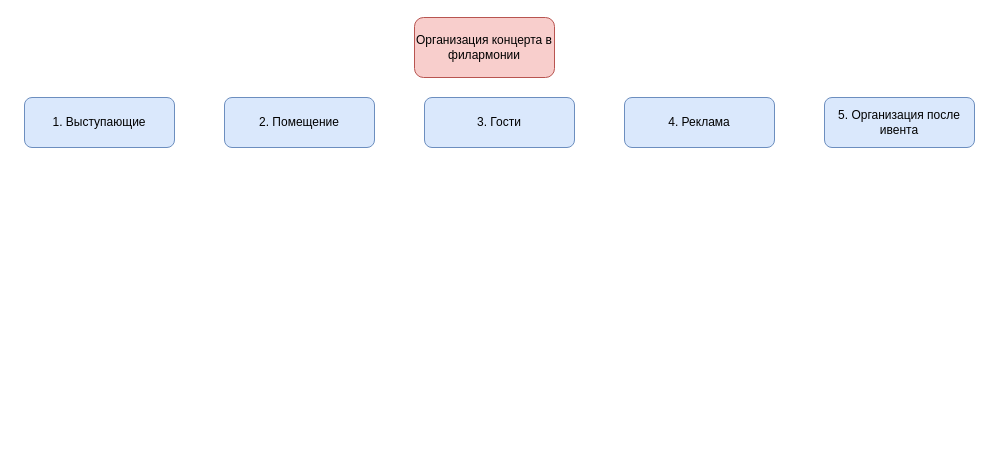
This is wbs-ba.drawio from rmastodon0603/itstep_course_uml, a draw.io file, before an edit. Source tidied: cells renumbered, new cells numbered last; positions are measured from the earlier drawing's top-left corner, leaving out a move shared by most shapes. Both pictures are drawn from the tidied source at 100%, with x=0, y=0 at pixel (24, 17).
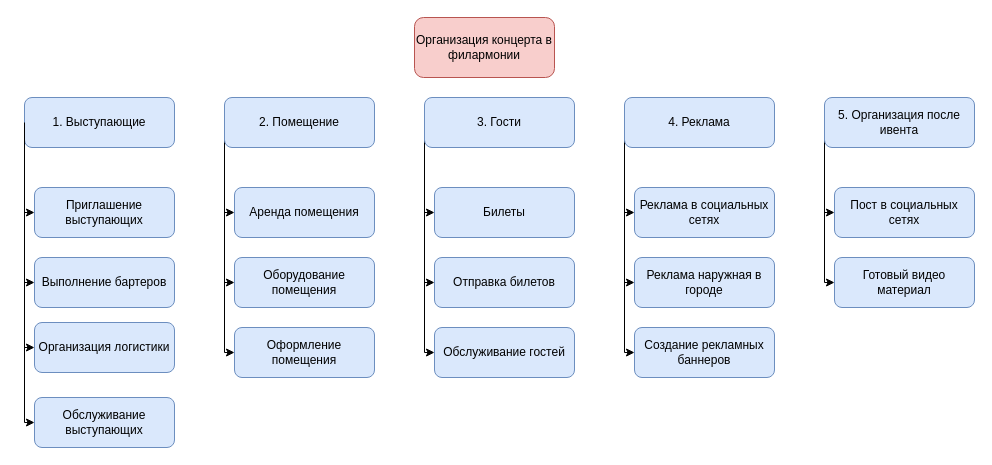
The same diagram, later.

Unchanged cells that the change refers to:
```xml
<mxCell id="3" value="1. Выступающие" style="rounded=1;whiteSpace=wrap;html=1;fillColor=#dae8fc;strokeColor=#6c8ebf;fontColor=default;" parent="1" vertex="1">
  <mxGeometry y="80" width="150" height="50" as="geometry" />
</mxCell>
<mxCell id="4" value="2. Помещение" style="rounded=1;whiteSpace=wrap;html=1;fillColor=#dae8fc;strokeColor=#6c8ebf;fontColor=default;" parent="1" vertex="1">
  <mxGeometry x="200" y="80" width="150" height="50" as="geometry" />
</mxCell>
<mxCell id="5" value="3. Гости" style="rounded=1;whiteSpace=wrap;html=1;fillColor=#dae8fc;strokeColor=#6c8ebf;fontColor=default;" parent="1" vertex="1">
  <mxGeometry x="400" y="80" width="150" height="50" as="geometry" />
</mxCell>
<mxCell id="6" value="4. Реклама" style="rounded=1;whiteSpace=wrap;html=1;fillColor=#dae8fc;strokeColor=#6c8ebf;fontColor=default;" parent="1" vertex="1">
  <mxGeometry x="600" y="80" width="150" height="50" as="geometry" />
</mxCell>
<mxCell id="7" value="5. Организация после ивента" style="rounded=1;whiteSpace=wrap;html=1;fillColor=#dae8fc;strokeColor=#6c8ebf;fontColor=default;" parent="1" vertex="1">
  <mxGeometry x="800" y="80" width="150" height="50" as="geometry" />
</mxCell>
```

Diff of the diagram source:
```diff
@@
+    <mxCell id="8" style="edgeStyle=orthogonalEdgeStyle;rounded=0;jettySize=auto;html=1;exitX=0;exitY=1;exitDx=0;exitDy=0;entryX=0;entryY=0.5;entryDx=0;entryDy=0;labelBackgroundColor=default;fontColor=default;strokeColor=default;" parent="1" edge="1" source="3" target="23">
+      <mxGeometry relative="1" as="geometry">
+        <Array as="points">
+          <mxPoint y="265" />
+        </Array>
+      </mxGeometry>
+    </mxCell>
+    <mxCell id="9" style="edgeStyle=orthogonalEdgeStyle;rounded=0;jettySize=auto;html=1;exitX=0;exitY=0.25;exitDx=0;exitDy=0;entryX=0;entryY=0.5;entryDx=0;entryDy=0;labelBackgroundColor=default;fontColor=default;strokeColor=default;" parent="1" edge="1" source="3" target="24">
+      <mxGeometry relative="1" as="geometry">
+        <Array as="points">
+          <mxPoint y="330" />
+        </Array>
+      </mxGeometry>
+    </mxCell>
+    <mxCell id="10" style="edgeStyle=orthogonalEdgeStyle;rounded=0;jettySize=auto;html=1;exitX=0;exitY=0.25;exitDx=0;exitDy=0;entryX=0;entryY=0.5;entryDx=0;entryDy=0;labelBackgroundColor=default;fontColor=default;strokeColor=default;" parent="1" edge="1" source="3" target="25">
+      <mxGeometry relative="1" as="geometry">
+        <Array as="points">
+          <mxPoint y="405" />
+        </Array>
+      </mxGeometry>
+    </mxCell>
@@
+    <mxCell id="11" style="edgeStyle=orthogonalEdgeStyle;rounded=0;jettySize=auto;html=1;exitX=0;exitY=0.5;exitDx=0;exitDy=0;entryX=0;entryY=0.5;entryDx=0;entryDy=0;labelBackgroundColor=default;fontColor=default;strokeColor=default;" parent="1" edge="1" source="4" target="27">
+      <mxGeometry relative="1" as="geometry">
+        <Array as="points">
+          <mxPoint x="200" y="195" />
+        </Array>
+      </mxGeometry>
+    </mxCell>
+    <mxCell id="12" style="edgeStyle=orthogonalEdgeStyle;rounded=0;jettySize=auto;html=1;exitX=0;exitY=0.75;exitDx=0;exitDy=0;entryX=0;entryY=0.5;entryDx=0;entryDy=0;labelBackgroundColor=default;fontColor=default;strokeColor=default;" parent="1" edge="1" source="4" target="28">
+      <mxGeometry relative="1" as="geometry">
+        <Array as="points">
+          <mxPoint x="200" y="265" />
+        </Array>
+      </mxGeometry>
+    </mxCell>
+    <mxCell id="13" style="edgeStyle=orthogonalEdgeStyle;rounded=0;jettySize=auto;html=1;exitX=0;exitY=1;exitDx=0;exitDy=0;entryX=0;entryY=0.5;entryDx=0;entryDy=0;labelBackgroundColor=default;fontColor=default;strokeColor=default;" parent="1" edge="1" source="4" target="29">
+      <mxGeometry relative="1" as="geometry">
+        <Array as="points">
+          <mxPoint x="200" y="335" />
+        </Array>
+      </mxGeometry>
+    </mxCell>
@@
+    <mxCell id="14" style="edgeStyle=orthogonalEdgeStyle;rounded=0;jettySize=auto;html=1;exitX=0;exitY=0.5;exitDx=0;exitDy=0;entryX=0;entryY=0.5;entryDx=0;entryDy=0;labelBackgroundColor=default;fontColor=default;strokeColor=default;" parent="1" edge="1" source="5" target="30">
+      <mxGeometry relative="1" as="geometry">
+        <Array as="points">
+          <mxPoint x="400" y="195" />
+        </Array>
+      </mxGeometry>
+    </mxCell>
+    <mxCell id="15" style="edgeStyle=orthogonalEdgeStyle;rounded=0;jettySize=auto;html=1;exitX=0;exitY=0.75;exitDx=0;exitDy=0;entryX=0;entryY=0.5;entryDx=0;entryDy=0;labelBackgroundColor=default;fontColor=default;strokeColor=default;" parent="1" edge="1" source="5" target="31">
+      <mxGeometry relative="1" as="geometry">
+        <Array as="points">
+          <mxPoint x="400" y="265" />
+        </Array>
+      </mxGeometry>
+    </mxCell>
+    <mxCell id="16" style="edgeStyle=orthogonalEdgeStyle;rounded=0;jettySize=auto;html=1;exitX=0;exitY=1;exitDx=0;exitDy=0;entryX=0;entryY=0.5;entryDx=0;entryDy=0;labelBackgroundColor=default;fontColor=default;strokeColor=default;" parent="1" edge="1" source="5" target="32">
+      <mxGeometry relative="1" as="geometry">
+        <Array as="points">
+          <mxPoint x="400" y="335" />
+        </Array>
+      </mxGeometry>
+    </mxCell>
@@
+    <mxCell id="17" style="edgeStyle=orthogonalEdgeStyle;rounded=0;jettySize=auto;html=1;exitX=0;exitY=0.5;exitDx=0;exitDy=0;entryX=0;entryY=0.5;entryDx=0;entryDy=0;labelBackgroundColor=default;fontColor=default;strokeColor=default;" parent="1" edge="1" source="6" target="33">
+      <mxGeometry relative="1" as="geometry">
+        <Array as="points">
+          <mxPoint x="600" y="195" />
+        </Array>
+      </mxGeometry>
+    </mxCell>
+    <mxCell id="18" style="edgeStyle=orthogonalEdgeStyle;rounded=0;jettySize=auto;html=1;exitX=0;exitY=0.5;exitDx=0;exitDy=0;entryX=0;entryY=0.5;entryDx=0;entryDy=0;labelBackgroundColor=default;fontColor=default;strokeColor=default;" parent="1" edge="1" source="6" target="34">
+      <mxGeometry relative="1" as="geometry">
+        <Array as="points">
+          <mxPoint x="600" y="265" />
+        </Array>
+      </mxGeometry>
+    </mxCell>
+    <mxCell id="19" style="edgeStyle=orthogonalEdgeStyle;rounded=0;jettySize=auto;html=1;exitX=0;exitY=1;exitDx=0;exitDy=0;entryX=0;entryY=0.5;entryDx=0;entryDy=0;labelBackgroundColor=default;fontColor=default;strokeColor=default;" parent="1" edge="1" source="6" target="35">
+      <mxGeometry relative="1" as="geometry">
+        <Array as="points">
+          <mxPoint x="600" y="335" />
+        </Array>
+      </mxGeometry>
+    </mxCell>
@@
+    <mxCell id="20" style="edgeStyle=orthogonalEdgeStyle;rounded=0;jettySize=auto;html=1;exitX=0;exitY=0.5;exitDx=0;exitDy=0;entryX=0;entryY=0.5;entryDx=0;entryDy=0;labelBackgroundColor=default;fontColor=default;strokeColor=default;" parent="1" edge="1" source="7" target="36">
+      <mxGeometry relative="1" as="geometry">
+        <Array as="points">
+          <mxPoint x="800" y="195" />
+        </Array>
+      </mxGeometry>
+    </mxCell>
+    <mxCell id="21" style="edgeStyle=orthogonalEdgeStyle;rounded=0;jettySize=auto;html=1;exitX=0;exitY=0.75;exitDx=0;exitDy=0;entryX=0;entryY=0.5;entryDx=0;entryDy=0;labelBackgroundColor=default;fontColor=default;strokeColor=default;" parent="1" edge="1" source="7" target="37">
+      <mxGeometry relative="1" as="geometry">
+        <Array as="points">
+          <mxPoint x="800" y="265" />
+        </Array>
+      </mxGeometry>
+    </mxCell>
@@
+    <mxCell id="22" value="Приглашение выступающих" style="rounded=1;whiteSpace=wrap;html=1;fillColor=#dae8fc;strokeColor=#6c8ebf;fontColor=default;" parent="1" vertex="1">
+      <mxGeometry x="10" y="170" width="140" height="50" as="geometry" />
+    </mxCell>
+    <mxCell id="23" value="Выполнение бартеров" style="rounded=1;whiteSpace=wrap;html=1;fillColor=#dae8fc;strokeColor=#6c8ebf;fontColor=default;" parent="1" vertex="1">
+      <mxGeometry x="10" y="240" width="140" height="50" as="geometry" />
+    </mxCell>
+    <mxCell id="24" value="Организация логистики" style="rounded=1;whiteSpace=wrap;html=1;fillColor=#dae8fc;strokeColor=#6c8ebf;fontColor=default;" parent="1" vertex="1">
+      <mxGeometry x="10" y="305" width="140" height="50" as="geometry" />
+    </mxCell>
+    <mxCell id="25" value="Обслуживание выступающих" style="rounded=1;whiteSpace=wrap;html=1;fillColor=#dae8fc;strokeColor=#6c8ebf;fontColor=default;" parent="1" vertex="1">
+      <mxGeometry x="10" y="380" width="140" height="50" as="geometry" />
+    </mxCell>
+    <mxCell id="26" style="endArrow=classic;html=1;rounded=0;labelBackgroundColor=default;fontColor=default;strokeColor=default;exitX=0;exitY=0.5;exitDx=0;exitDy=0;entryX=0;entryY=0.5;entryDx=0;entryDy=0;" parent="1" edge="1" source="3" target="22">
+      <mxGeometry relative="1" as="geometry">
+        <Array as="points">
+          <mxPoint y="195" />
+        </Array>
+      </mxGeometry>
+    </mxCell>
+    <mxCell id="27" value="Аренда помещения" style="rounded=1;whiteSpace=wrap;html=1;fillColor=#dae8fc;strokeColor=#6c8ebf;fontColor=default;" parent="1" vertex="1">
+      <mxGeometry x="210" y="170" width="140" height="50" as="geometry" />
+    </mxCell>
+    <mxCell id="28" value="Оборудование помещения" style="rounded=1;whiteSpace=wrap;html=1;fillColor=#dae8fc;strokeColor=#6c8ebf;fontColor=default;" parent="1" vertex="1">
+      <mxGeometry x="210" y="240" width="140" height="50" as="geometry" />
+    </mxCell>
+    <mxCell id="29" value="Оформление помещения" style="rounded=1;whiteSpace=wrap;html=1;fillColor=#dae8fc;strokeColor=#6c8ebf;fontColor=default;" parent="1" vertex="1">
+      <mxGeometry x="210" y="310" width="140" height="50" as="geometry" />
+    </mxCell>
+    <mxCell id="30" value="Билеты" style="rounded=1;whiteSpace=wrap;html=1;fillColor=#dae8fc;strokeColor=#6c8ebf;fontColor=default;" parent="1" vertex="1">
+      <mxGeometry x="410" y="170" width="140" height="50" as="geometry" />
+    </mxCell>
+    <mxCell id="31" value="Отправка билетов" style="rounded=1;whiteSpace=wrap;html=1;fillColor=#dae8fc;strokeColor=#6c8ebf;fontColor=default;" parent="1" vertex="1">
+      <mxGeometry x="410" y="240" width="140" height="50" as="geometry" />
+    </mxCell>
+    <mxCell id="32" value="Обслуживание гостей" style="rounded=1;whiteSpace=wrap;html=1;fillColor=#dae8fc;strokeColor=#6c8ebf;fontColor=default;" parent="1" vertex="1">
+      <mxGeometry x="410" y="310" width="140" height="50" as="geometry" />
+    </mxCell>
+    <mxCell id="33" value="Реклама в социальных сетях" style="rounded=1;whiteSpace=wrap;html=1;fillColor=#dae8fc;strokeColor=#6c8ebf;fontColor=default;" parent="1" vertex="1">
+      <mxGeometry x="610" y="170" width="140" height="50" as="geometry" />
+    </mxCell>
+    <mxCell id="34" value="Реклама наружная в городе" style="rounded=1;whiteSpace=wrap;html=1;fillColor=#dae8fc;strokeColor=#6c8ebf;fontColor=default;" parent="1" vertex="1">
+      <mxGeometry x="610" y="240" width="140" height="50" as="geometry" />
+    </mxCell>
+    <mxCell id="35" value="Создание рекламных баннеров" style="rounded=1;whiteSpace=wrap;html=1;fillColor=#dae8fc;strokeColor=#6c8ebf;fontColor=default;" parent="1" vertex="1">
+      <mxGeometry x="610" y="310" width="140" height="50" as="geometry" />
+    </mxCell>
+    <mxCell id="36" value="Пост в социальных сетях" style="rounded=1;whiteSpace=wrap;html=1;fillColor=#dae8fc;strokeColor=#6c8ebf;fontColor=default;" parent="1" vertex="1">
+      <mxGeometry x="810" y="170" width="140" height="50" as="geometry" />
+    </mxCell>
+    <mxCell id="37" value="Готовый видео материал" style="rounded=1;whiteSpace=wrap;html=1;fillColor=#dae8fc;strokeColor=#6c8ebf;fontColor=default;" parent="1" vertex="1">
+      <mxGeometry x="810" y="240" width="140" height="50" as="geometry" />
+    </mxCell>
```
